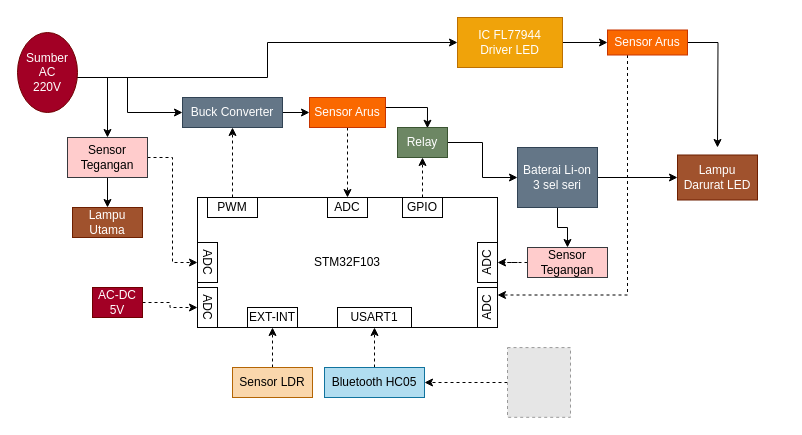
Alfinaatika9/CRUD keeps this draw.io diagram as fixblok.drawio. Above is the earlier version. Source tidied: cells renumbered, new cells numbered last; positions are measured from the earlier drawing's top-left corner, leaving out a move shared by most shapes. Both pictures are drawn from the tidied source at 100%, with x=0, y=0 at pixel (17, 17). Pictures stored in the file or linked from it are replaced by grey dashed boxes.
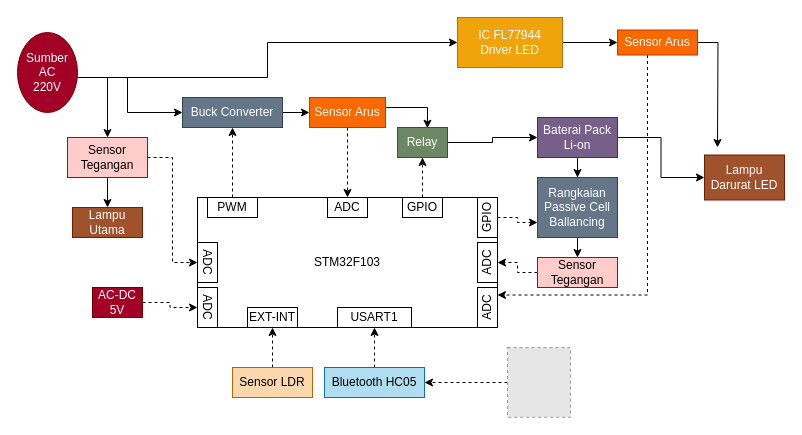
After the change.

The change refers to these unchanged cells:
```xml
<mxCell id="7" value="STM32F103" style="rounded=0;whiteSpace=wrap;html=1;" parent="1" vertex="1">
  <mxGeometry x="180" y="180" width="300" height="130" as="geometry" />
</mxCell>
<mxCell id="24" value="Relay" style="rounded=0;whiteSpace=wrap;html=1;fillColor=#6d8764;strokeColor=#3A5431;fontColor=#ffffff;" parent="1" vertex="1">
  <mxGeometry x="380" y="110" width="50" height="30" as="geometry" />
</mxCell>
```

What changed in the source:
```diff
@@
-    <mxCell id="23" style="edgeStyle=orthogonalEdgeStyle;rounded=0;jettySize=auto;html=1;" parent="1" edge="1" source="24" target="29">
-      <mxGeometry relative="1" as="geometry" />
-    </mxCell>
+    <mxCell id="48" style="edgeStyle=orthogonalEdgeStyle;rounded=0;jettySize=auto;html=1;entryX=0;entryY=0.5;entryDx=0;entryDy=0;" parent="1" edge="1" source="24" target="53">
+      <mxGeometry relative="1" as="geometry" />
+    </mxCell>
@@
-    <mxCell id="27" style="edgeStyle=orthogonalEdgeStyle;rounded=0;jettySize=auto;html=1;" parent="1" edge="1" source="29" target="31">
+    <mxCell id="27" style="edgeStyle=orthogonalEdgeStyle;rounded=0;jettySize=auto;html=1;exitX=0.5;exitY=1;exitDx=0;exitDy=0;entryX=0.5;entryY=0;entryDx=0;entryDy=0;" parent="1" edge="1" source="29" target="31">
       <mxGeometry relative="1" as="geometry" />
     </mxCell>
-    <mxCell id="28" style="edgeStyle=orthogonalEdgeStyle;rounded=0;jettySize=auto;html=1;entryX=0;entryY=0.5;entryDx=0;entryDy=0;" parent="1" edge="1" source="29" target="33">
-      <mxGeometry relative="1" as="geometry" />
-    </mxCell>
-    <mxCell id="29" value="Baterai Li-on&lt;br&gt;3 sel seri" style="rounded=0;whiteSpace=wrap;html=1;fillColor=#647687;strokeColor=#314354;fontColor=#ffffff;" parent="1" vertex="1">
-      <mxGeometry x="500" y="130" width="80" height="60" as="geometry" />
+    <mxCell id="29" value="Rangkaian Passive Cell Ballancing" style="rounded=0;whiteSpace=wrap;html=1;fillColor=#647687;strokeColor=#314354;fontColor=#ffffff;" parent="1" vertex="1">
+      <mxGeometry x="520" y="160" width="80" height="60" as="geometry" />
     </mxCell>
@@
     <mxCell id="31" value="Sensor Tegangan" style="rounded=0;whiteSpace=wrap;html=1;fillColor=#ffcccc;strokeColor=#36393d;" parent="1" vertex="1">
-      <mxGeometry x="510" y="230" width="80" height="30" as="geometry" />
+      <mxGeometry x="520" y="240" width="80" height="30" as="geometry" />
     </mxCell>
@@
     <mxCell id="33" value="Lampu Darurat LED" style="rounded=0;whiteSpace=wrap;html=1;fillColor=#a0522d;strokeColor=#6D1F00;fontColor=#ffffff;" parent="1" vertex="1">
-      <mxGeometry x="660" y="137.5" width="80" height="45" as="geometry" />
+      <mxGeometry x="687" y="137.5" width="80" height="45" as="geometry" />
     </mxCell>
@@
     <mxCell id="37" style="edgeStyle=orthogonalEdgeStyle;rounded=0;jettySize=auto;html=1;entryX=1;entryY=0.75;entryDx=0;entryDy=0;dashed=1;" parent="1" edge="1" source="38" target="7">
       <mxGeometry relative="1" as="geometry">
         <Array as="points">
-          <mxPoint x="610" y="278" />
+          <mxPoint x="630" y="278" />
         </Array>
       </mxGeometry>
     </mxCell>
     <mxCell id="38" value="Sensor Arus" style="rounded=0;whiteSpace=wrap;html=1;fillColor=#fa6800;strokeColor=#C73500;fontColor=#ffffff;" parent="1" vertex="1">
-      <mxGeometry x="590" y="12.5" width="80" height="25" as="geometry" />
+      <mxGeometry x="600" y="12.5" width="80" height="25" as="geometry" />
     </mxCell>
@@
+    <mxCell id="49" style="edgeStyle=orthogonalEdgeStyle;rounded=0;jettySize=auto;html=1;entryX=0;entryY=0.75;entryDx=0;entryDy=0;dashed=1;" parent="1" edge="1" source="50" target="29">
+      <mxGeometry relative="1" as="geometry" />
+    </mxCell>
+    <mxCell id="50" value="GPIO" style="rounded=0;whiteSpace=wrap;html=1;rotation=-90;" parent="1" vertex="1">
+      <mxGeometry x="450" y="190" width="40" height="20" as="geometry" />
+    </mxCell>
+    <mxCell id="51" style="edgeStyle=orthogonalEdgeStyle;rounded=0;jettySize=auto;html=1;entryX=0;entryY=0.5;entryDx=0;entryDy=0;" parent="1" edge="1" source="53" target="33">
+      <mxGeometry relative="1" as="geometry" />
+    </mxCell>
+    <mxCell id="52" style="edgeStyle=orthogonalEdgeStyle;rounded=0;jettySize=auto;html=1;entryX=0.5;entryY=0;entryDx=0;entryDy=0;" parent="1" edge="1" source="53" target="29">
+      <mxGeometry relative="1" as="geometry" />
+    </mxCell>
+    <mxCell id="53" value="Baterai Pack Li-on" style="rounded=0;whiteSpace=wrap;html=1;fillColor=#76608a;strokeColor=#432D57;fontColor=#ffffff;" parent="1" vertex="1">
+      <mxGeometry x="520" y="100" width="80" height="40" as="geometry" />
+    </mxCell>
```
